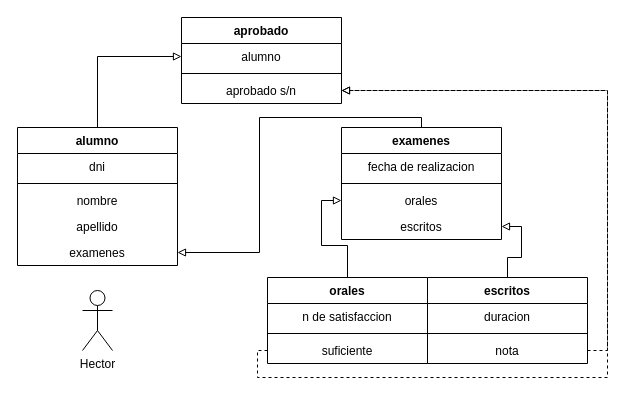
ianpolettilucero/javaSinNadia keeps this draw.io diagram as diagramas/12 de sept.drawio. Above is the earlier version. Source tidied: cells renumbered, new cells numbered last; positions are measured from the earlier drawing's top-left corner, leaving out a move shared by most shapes. Both pictures are drawn from the tidied source at 100%, with x=0, y=0 at pixel (17, 17).
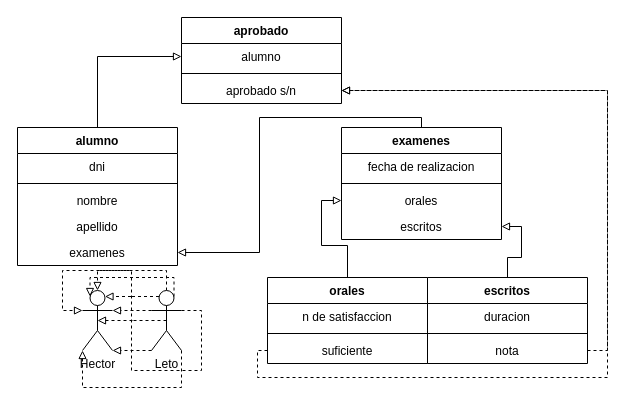
Above is the later version.

Unchanged cells that the change refers to:
```xml
<mxCell id="31" value="&lt;div&gt;Hector&lt;/div&gt;" style="shape=umlActor;verticalLabelPosition=bottom;verticalAlign=top;html=1;" parent="1" vertex="1">
  <mxGeometry x="65" y="273" width="30" height="60" as="geometry" />
</mxCell>
```

Diff of the diagram source:
```diff
@@
+    <mxCell id="32" style="edgeStyle=orthogonalEdgeStyle;rounded=0;jettySize=auto;html=1;exitX=0.5;exitY=0;exitDx=0;exitDy=0;exitPerimeter=0;entryX=0.5;entryY=0;entryDx=0;entryDy=0;entryPerimeter=0;dashed=1;endArrow=block;endFill=0;" parent="1" edge="1" source="40" target="31">
+      <mxGeometry relative="1" as="geometry" />
+    </mxCell>
+    <mxCell id="33" style="edgeStyle=orthogonalEdgeStyle;rounded=0;jettySize=auto;html=1;exitX=0;exitY=1;exitDx=0;exitDy=0;exitPerimeter=0;entryX=1;entryY=1;entryDx=0;entryDy=0;entryPerimeter=0;dashed=1;endArrow=block;endFill=0;" parent="1" edge="1" source="40" target="31">
+      <mxGeometry relative="1" as="geometry" />
+    </mxCell>
+    <mxCell id="34" style="edgeStyle=orthogonalEdgeStyle;rounded=0;jettySize=auto;html=1;exitX=1;exitY=1;exitDx=0;exitDy=0;exitPerimeter=0;dashed=1;endArrow=block;endFill=0;entryX=0;entryY=1;entryDx=0;entryDy=0;entryPerimeter=0;" parent="1" edge="1" source="40" target="31">
+      <mxGeometry relative="1" as="geometry">
+        <Array as="points">
+          <mxPoint x="164" y="370" />
+          <mxPoint x="65" y="370" />
+        </Array>
+      </mxGeometry>
+    </mxCell>
+    <mxCell id="35" style="edgeStyle=orthogonalEdgeStyle;rounded=0;jettySize=auto;html=1;exitX=0.5;exitY=0.5;exitDx=0;exitDy=0;exitPerimeter=0;entryX=0.5;entryY=0.5;entryDx=0;entryDy=0;entryPerimeter=0;dashed=1;endArrow=block;endFill=0;" parent="1" edge="1" source="40" target="31">
+      <mxGeometry relative="1" as="geometry" />
+    </mxCell>
+    <mxCell id="36" style="edgeStyle=orthogonalEdgeStyle;rounded=0;jettySize=auto;html=1;exitX=0.25;exitY=0.1;exitDx=0;exitDy=0;exitPerimeter=0;entryX=0.75;entryY=0.1;entryDx=0;entryDy=0;entryPerimeter=0;dashed=1;endArrow=block;endFill=0;" parent="1" edge="1" source="40" target="31">
+      <mxGeometry relative="1" as="geometry" />
+    </mxCell>
+    <mxCell id="37" style="edgeStyle=orthogonalEdgeStyle;rounded=0;jettySize=auto;html=1;exitX=0.75;exitY=0.1;exitDx=0;exitDy=0;exitPerimeter=0;entryX=0.25;entryY=0.1;entryDx=0;entryDy=0;entryPerimeter=0;dashed=1;endArrow=block;endFill=0;" parent="1" edge="1" source="40" target="31">
+      <mxGeometry relative="1" as="geometry">
+        <Array as="points">
+          <mxPoint x="157" y="260" />
+          <mxPoint x="73" y="260" />
+        </Array>
+      </mxGeometry>
+    </mxCell>
+    <mxCell id="38" style="edgeStyle=orthogonalEdgeStyle;rounded=0;jettySize=auto;html=1;exitX=1;exitY=0.3333333333333333;exitDx=0;exitDy=0;exitPerimeter=0;entryX=0;entryY=0.3333333333333333;entryDx=0;entryDy=0;entryPerimeter=0;dashed=1;endArrow=block;endFill=0;" parent="1" edge="1" source="40" target="31">
+      <mxGeometry relative="1" as="geometry" />
+    </mxCell>
+    <mxCell id="39" style="edgeStyle=orthogonalEdgeStyle;rounded=0;jettySize=auto;html=1;exitX=0;exitY=0.3333333333333333;exitDx=0;exitDy=0;exitPerimeter=0;entryX=1;entryY=0.3333333333333333;entryDx=0;entryDy=0;entryPerimeter=0;dashed=1;endArrow=block;endFill=0;" parent="1" edge="1" source="40" target="31">
+      <mxGeometry relative="1" as="geometry" />
+    </mxCell>
+    <mxCell id="40" value="Leto" style="shape=umlActor;verticalLabelPosition=bottom;verticalAlign=top;html=1;" parent="1" vertex="1">
+      <mxGeometry x="134" y="273" width="30" height="60" as="geometry" />
+    </mxCell>
```
